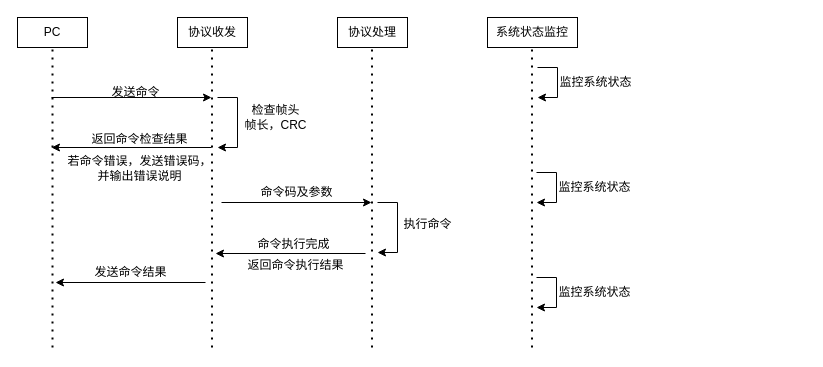
Earlier version of the draw.io diagram multi-task sequence draw.drawio (ShadowThree/drawing_draw_io). Source tidied: cells renumbered, new cells numbered last; positions are measured from the earlier drawing's top-left corner, leaving out a move shared by most shapes. Both pictures are drawn from the tidied source at 100%, with x=0, y=0 at pixel (17, 17).
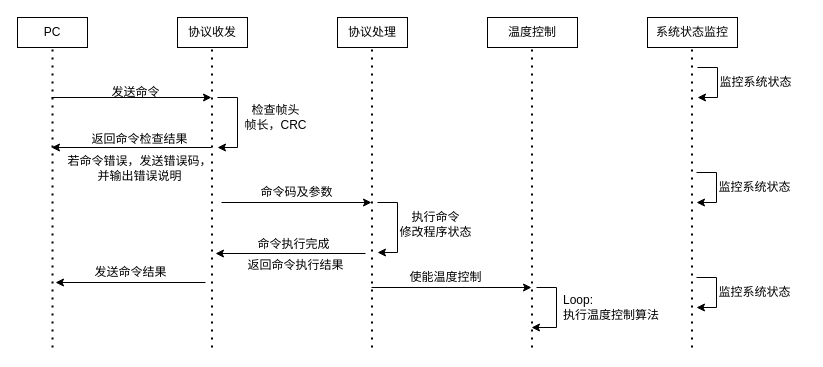
The same page after the edit.

What changed in the source:
```diff
@@
     <mxCell id="5" value="系统状态监控" style="rounded=0;whiteSpace=wrap;html=1;" parent="1" vertex="1">
-      <mxGeometry x="470" width="90" height="30" as="geometry" />
+      <mxGeometry x="630" width="90" height="30" as="geometry" />
     </mxCell>
@@
     <mxCell id="7" style="endArrow=none;dashed=1;html=1;dashPattern=1 3;strokeWidth=2;rounded=0;entryX=0.5;entryY=1;entryDx=0;entryDy=0;" parent="1" edge="1">
       <mxGeometry relative="1" as="geometry">
-        <mxPoint x="514.5" y="330" as="sourcePoint" />
-        <mxPoint x="514.5" y="30" as="targetPoint" />
+        <mxPoint x="674.5" y="330" as="sourcePoint" />
+        <mxPoint x="674.5" y="30" as="targetPoint" />
       </mxGeometry>
     </mxCell>
@@
-    <mxCell id="20" value="执行命令" style="text;html=1;align=center;verticalAlign=middle;strokeColor=none;fillColor=none;" parent="1" vertex="1">
-      <mxGeometry x="375" y="192" width="70" height="30" as="geometry" />
+    <mxCell id="20" value="执行命令&lt;br&gt;修改程序状态" style="text;html=1;align=center;verticalAlign=middle;strokeColor=none;fillColor=none;" parent="1" vertex="1">
+      <mxGeometry x="368" y="187" width="100" height="40" as="geometry" />
     </mxCell>
     <mxCell id="21" style="endArrow=classic;html=1;rounded=0;" parent="1" edge="1">
       <mxGeometry relative="1" as="geometry">
-        <mxPoint x="520" y="50" as="sourcePoint" />
-        <mxPoint x="520" y="80" as="targetPoint" />
+        <mxPoint x="680" y="50" as="sourcePoint" />
+        <mxPoint x="680" y="80" as="targetPoint" />
         <Array as="points">
-          <mxPoint x="540" y="50" />
-          <mxPoint x="540" y="80" />
+          <mxPoint x="700" y="50" />
+          <mxPoint x="700" y="80" />
         </Array>
       </mxGeometry>
     </mxCell>
     <mxCell id="22" value="监控系统状态" style="text;html=1;align=center;verticalAlign=middle;strokeColor=none;fillColor=none;" parent="1" vertex="1">
-      <mxGeometry x="528" y="50" width="100" height="30" as="geometry" />
+      <mxGeometry x="688" y="50" width="100" height="30" as="geometry" />
     </mxCell>
     <mxCell id="23" style="endArrow=classic;html=1;rounded=0;" parent="1" edge="1">
       <mxGeometry relative="1" as="geometry">
-        <mxPoint x="519" y="155" as="sourcePoint" />
-        <mxPoint x="519" y="185" as="targetPoint" />
+        <mxPoint x="679" y="155" as="sourcePoint" />
+        <mxPoint x="679" y="185" as="targetPoint" />
         <Array as="points">
-          <mxPoint x="539" y="155" />
-          <mxPoint x="539" y="185" />
+          <mxPoint x="699" y="155" />
+          <mxPoint x="699" y="185" />
         </Array>
       </mxGeometry>
     </mxCell>
     <mxCell id="24" value="监控系统状态" style="text;html=1;align=center;verticalAlign=middle;strokeColor=none;fillColor=none;" parent="1" vertex="1">
-      <mxGeometry x="527" y="155" width="100" height="30" as="geometry" />
+      <mxGeometry x="687" y="155" width="100" height="30" as="geometry" />
     </mxCell>
     <mxCell id="25" style="endArrow=classic;html=1;rounded=0;" parent="1" edge="1">
       <mxGeometry relative="1" as="geometry">
-        <mxPoint x="519" y="260" as="sourcePoint" />
-        <mxPoint x="519" y="290" as="targetPoint" />
+        <mxPoint x="679" y="260" as="sourcePoint" />
+        <mxPoint x="679" y="290" as="targetPoint" />
         <Array as="points">
-          <mxPoint x="539" y="260" />
-          <mxPoint x="539" y="290" />
+          <mxPoint x="699" y="260" />
+          <mxPoint x="699" y="290" />
         </Array>
       </mxGeometry>
     </mxCell>
     <mxCell id="26" value="监控系统状态" style="text;html=1;align=center;verticalAlign=middle;strokeColor=none;fillColor=none;" parent="1" vertex="1">
-      <mxGeometry x="527" y="260" width="100" height="30" as="geometry" />
+      <mxGeometry x="687" y="260" width="100" height="30" as="geometry" />
     </mxCell>
@@
+    <mxCell id="32" value="温度控制" style="rounded=0;whiteSpace=wrap;html=1;" parent="1" vertex="1">
+      <mxGeometry x="470" width="90" height="30" as="geometry" />
+    </mxCell>
+    <mxCell id="33" style="endArrow=none;dashed=1;html=1;dashPattern=1 3;strokeWidth=2;rounded=0;entryX=0.5;entryY=1;entryDx=0;entryDy=0;" parent="1" edge="1">
+      <mxGeometry relative="1" as="geometry">
+        <mxPoint x="514.5" y="330" as="sourcePoint" />
+        <mxPoint x="514.5" y="30" as="targetPoint" />
+      </mxGeometry>
+    </mxCell>
+    <mxCell id="34" style="endArrow=classic;html=1;rounded=0;" parent="1" edge="1">
+      <mxGeometry relative="1" as="geometry">
+        <mxPoint x="519" y="270" as="sourcePoint" />
+        <mxPoint x="514" y="310" as="targetPoint" />
+        <Array as="points">
+          <mxPoint x="539" y="270" />
+          <mxPoint x="539" y="310" />
+        </Array>
+      </mxGeometry>
+    </mxCell>
+    <mxCell id="35" value="Loop:&lt;br&gt;&lt;div style=&quot;&quot;&gt;&lt;span style=&quot;background-color: initial;&quot;&gt;执行温度控制算法&lt;/span&gt;&lt;/div&gt;" style="text;html=1;align=left;verticalAlign=middle;strokeColor=none;fillColor=none;" parent="1" vertex="1">
+      <mxGeometry x="544" y="270" width="120" height="40" as="geometry" />
+    </mxCell>
+    <mxCell id="36" style="endArrow=classic;html=1;rounded=0;" parent="1" edge="1">
+      <mxGeometry relative="1" as="geometry">
+        <mxPoint x="354" y="270" as="sourcePoint" />
+        <mxPoint x="514" y="270" as="targetPoint" />
+      </mxGeometry>
+    </mxCell>
+    <mxCell id="37" value="使能温度控制" style="text;html=1;align=center;verticalAlign=middle;strokeColor=none;fillColor=none;" parent="1" vertex="1">
+      <mxGeometry x="378" y="245" width="100" height="30" as="geometry" />
+    </mxCell>
```
